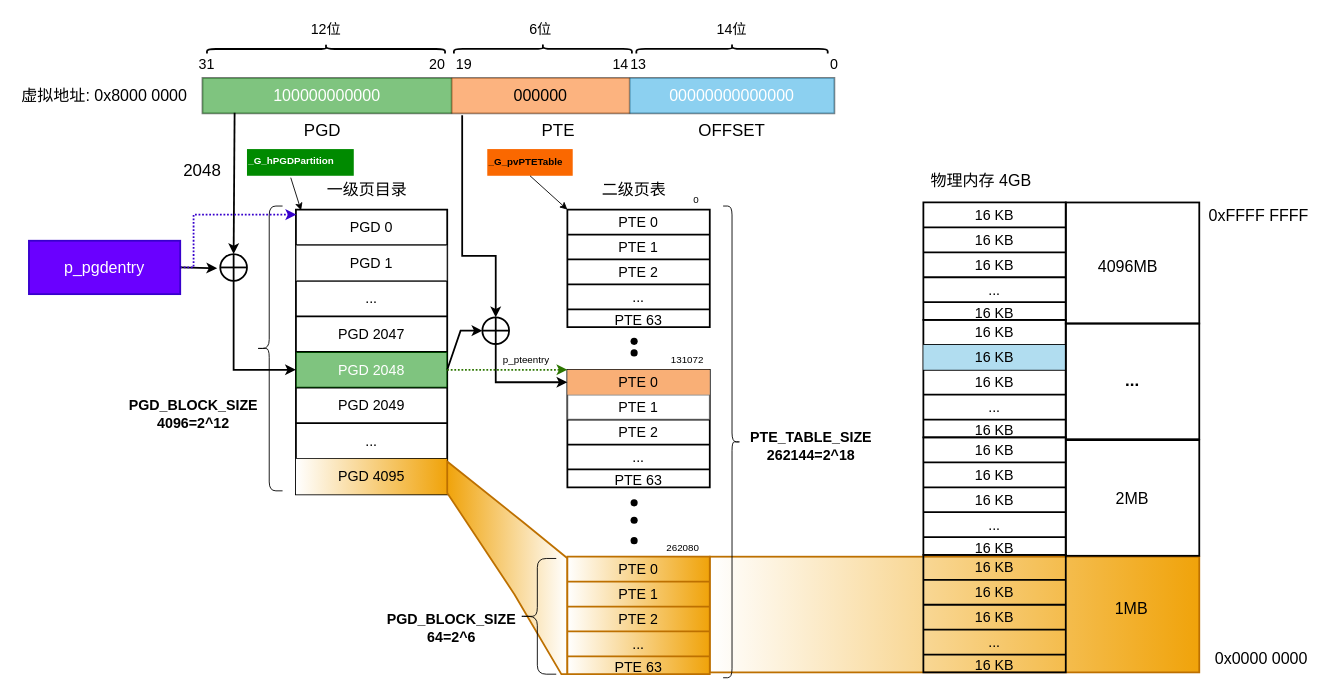
Earlier version of the draw.io diagram page "mips32MmuPgdOffset" (20 of 21) of draw/mips中断亲和度.drawio (peng-fan/drawio). Source tidied: cells renumbered, new cells numbered last; positions are measured from the earlier drawing's top-left corner, leaving out a move shared by most shapes. Both pictures are drawn from the tidied source at 89%, with x=0, y=0 at pixel (15, -70).
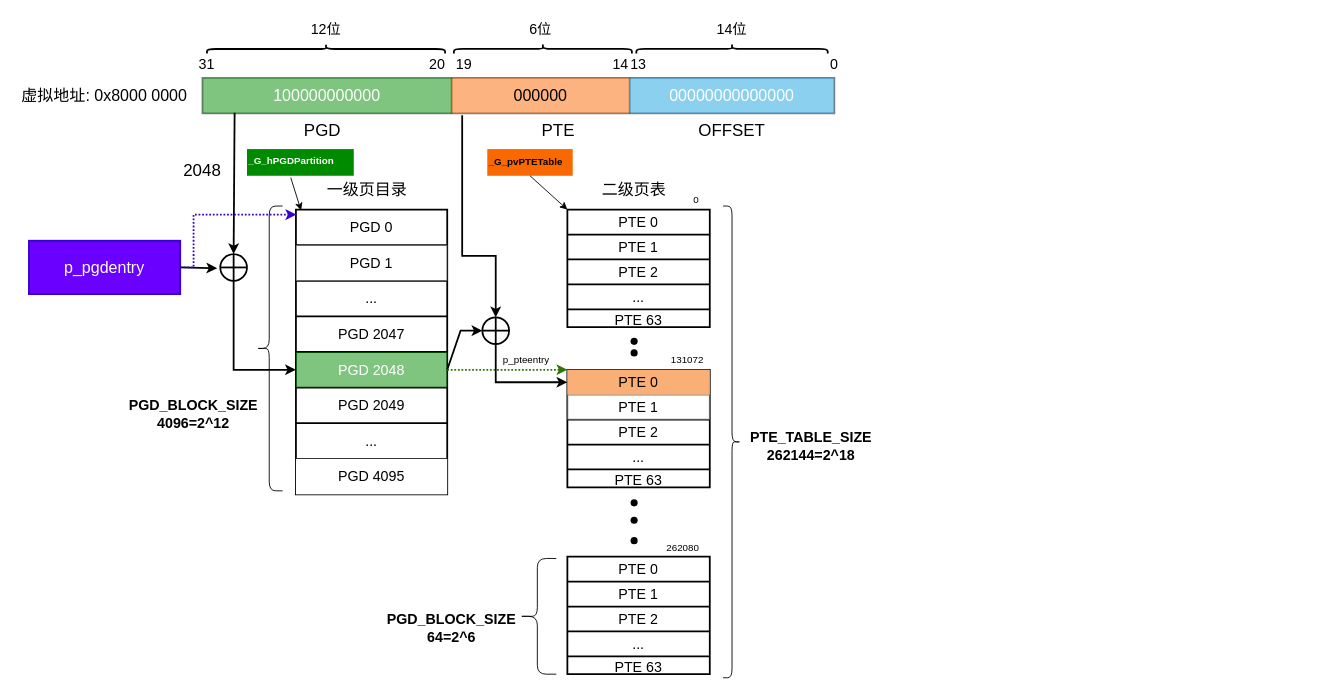
The same page after the edit.

Unchanged cells that the change refers to:
```xml
<mxCell id="37" style="shape=partialRectangle;fillColor=none;top=0;left=0;bottom=0;right=0;fontSize=16;strokeColor=default;strokeWidth=2;align=center;" parent="22" vertex="1">
  <mxGeometry y="280" width="170" height="40" as="geometry" />
</mxCell>
```

What changed in the source:
```diff
@@
-    <mxCell id="38" value="&lt;span&gt;PGD 4095&lt;/span&gt;" style="shape=partialRectangle;html=1;whiteSpace=wrap;overflow=hidden;top=0;left=0;bottom=0;right=0;fontSize=16;strokeWidth=2;align=center;gradientDirection=west;fillColor=#f0a30a;fontColor=#000000;strokeColor=#BD7000;gradientColor=#ffffff;" parent="37" vertex="1">
+    <mxCell id="38" value="&lt;span&gt;PGD 4095&lt;/span&gt;" style="shape=partialRectangle;html=1;whiteSpace=wrap;overflow=hidden;top=0;left=0;bottom=0;right=0;fontSize=16;strokeWidth=2;align=center;gradientDirection=west;" parent="37" vertex="1">
       <mxGeometry width="170" height="40" as="geometry" />
     </mxCell>
@@
-    <mxCell id="50" style="rounded=0;whiteSpace=wrap;html=1;fontSize=18;strokeColor=default;strokeWidth=2;fillColor=none;gradientColor=#ffffff;gradientDirection=west;align=center;" parent="1" vertex="1">
-      <mxGeometry x="1180" y="306" width="150" height="136" as="geometry" />
-    </mxCell>
-    <mxCell id="51" style="verticalLabelPosition=bottom;verticalAlign=top;html=1;shape=mxgraph.basic.polygon;polyCoords=[[0,0.12],[0.63,0.37],[1,0.52],[1,1],[0.95,1],[0.56,0.67],[0.56,0.67],[0,0.25]];polyline=0;fontSize=18;strokeColor=#BD7000;strokeWidth=2;fillColor=#f0a30a;gradientDirection=east;fontColor=#000000;gradientColor=#ffffff;" parent="1" vertex="1">
-      <mxGeometry x="485" y="564.5" width="135" height="271.5" as="geometry" />
-    </mxCell>
-    <mxCell id="52" style="rounded=0;whiteSpace=wrap;html=1;fontSize=18;strokeColor=#BD7000;strokeWidth=2;fillColor=#f0a30a;align=center;fontColor=#000000;gradientColor=#ffffff;gradientDirection=west;" parent="1" vertex="1">
-      <mxGeometry x="780" y="704" width="550" height="130" as="geometry" />
-    </mxCell>
@@
-    <mxCell id="76" style="shape=table;startSize=0;childLayout=tableLayout;fontSize=16;strokeColor=#BD7000;strokeWidth=2;fillColor=#f0a30a;align=center;fontColor=#000000;gradientColor=#ffffff;gradientDirection=west;" parent="1" vertex="1">
+    <mxCell id="76" style="shape=table;startSize=0;childLayout=tableLayout;fontSize=16;strokeWidth=2;align=center;gradientDirection=west;" parent="1" vertex="1">
       <mxGeometry x="620" y="704" width="160" height="132" as="geometry" />
     </mxCell>
@@
-    <mxCell id="98" value="&lt;span style=&quot;font-size: 18px&quot;&gt;物理内存 4GB&lt;/span&gt;" style="text;html=1;strokeColor=none;fillColor=none;align=center;verticalAlign=middle;whiteSpace=wrap;rounded=0;fontSize=20;opacity=50;" parent="1" vertex="1">
-      <mxGeometry x="1010" y="266" width="150" height="30" as="geometry" />
-    </mxCell>
-    <mxCell id="99" value="&lt;font style=&quot;font-size: 18px&quot;&gt;0x0000 0000&lt;/font&gt;" style="text;html=1;strokeColor=none;fillColor=none;align=center;verticalAlign=middle;whiteSpace=wrap;rounded=0;fontSize=16;opacity=50;" parent="1" vertex="1">
-      <mxGeometry x="1340" y="804" width="120" height="30" as="geometry" />
-    </mxCell>
-    <mxCell id="100" style="shape=table;startSize=0;childLayout=tableLayout;fontSize=16;strokeColor=default;strokeWidth=2;fillColor=none;gradientColor=none;align=center;" parent="1" vertex="1">
-      <mxGeometry x="1020" y="702" width="160" height="132" as="geometry" />
-    </mxCell>
-    <mxCell id="101" style="shape=partialRectangle;fillColor=none;top=0;left=0;bottom=0;right=0;fontSize=16;strokeColor=default;strokeWidth=2;align=center;" parent="100" vertex="1">
-      <mxGeometry width="160" height="28" as="geometry" />
-    </mxCell>
-    <mxCell id="102" value="16 KB" style="shape=partialRectangle;html=1;whiteSpace=wrap;overflow=hidden;fillColor=none;top=0;left=0;bottom=0;right=0;fontSize=16;strokeColor=default;strokeWidth=2;align=center;" parent="101" vertex="1">
-      <mxGeometry width="160" height="28" as="geometry" />
-    </mxCell>
-    <mxCell id="103" style="shape=partialRectangle;fillColor=none;top=0;left=0;bottom=0;right=0;fontSize=16;strokeColor=default;strokeWidth=2;align=center;" parent="100" vertex="1">
-      <mxGeometry y="28" width="160" height="28" as="geometry" />
-    </mxCell>
-    <mxCell id="104" value="16 KB" style="shape=partialRectangle;html=1;whiteSpace=wrap;overflow=hidden;fillColor=none;top=0;left=0;bottom=0;right=0;fontSize=16;strokeColor=default;strokeWidth=2;align=center;" parent="103" vertex="1">
-      <mxGeometry width="160" height="28" as="geometry" />
-    </mxCell>
-    <mxCell id="105" style="shape=partialRectangle;fillColor=none;top=0;left=0;bottom=0;right=0;fontSize=16;strokeColor=default;strokeWidth=2;align=center;" parent="100" vertex="1">
-      <mxGeometry y="56" width="160" height="28" as="geometry" />
-    </mxCell>
-    <mxCell id="106" value="16 KB" style="shape=partialRectangle;html=1;whiteSpace=wrap;overflow=hidden;fillColor=none;top=0;left=0;bottom=0;right=0;fontSize=16;strokeColor=default;strokeWidth=2;align=center;" parent="105" vertex="1">
-      <mxGeometry width="160" height="28" as="geometry" />
-    </mxCell>
-    <mxCell id="107" style="shape=partialRectangle;fillColor=none;top=0;left=0;bottom=0;right=0;fontSize=16;strokeColor=default;strokeWidth=2;align=center;" parent="100" vertex="1">
-      <mxGeometry y="84" width="160" height="28" as="geometry" />
-    </mxCell>
-    <mxCell id="108" value="..." style="shape=partialRectangle;html=1;whiteSpace=wrap;overflow=hidden;fillColor=none;top=0;left=0;bottom=0;right=0;fontSize=16;strokeColor=default;strokeWidth=2;align=center;" parent="107" vertex="1">
-      <mxGeometry width="160" height="28" as="geometry" />
-    </mxCell>
-    <mxCell id="109" style="shape=partialRectangle;fillColor=none;top=0;left=0;bottom=0;right=0;fontSize=16;strokeColor=default;strokeWidth=2;align=center;" parent="100" vertex="1">
-      <mxGeometry y="112" width="160" height="20" as="geometry" />
-    </mxCell>
-    <mxCell id="110" value="&lt;span&gt;16 KB&lt;/span&gt;" style="shape=partialRectangle;html=1;whiteSpace=wrap;overflow=hidden;fillColor=none;top=0;left=0;bottom=0;right=0;fontSize=16;strokeColor=default;strokeWidth=2;align=center;" parent="109" vertex="1">
-      <mxGeometry width="160" height="20" as="geometry" />
-    </mxCell>
-    <mxCell id="111" style="shape=table;startSize=0;childLayout=tableLayout;fontSize=16;strokeColor=default;strokeWidth=2;fillColor=none;gradientColor=none;align=center;" parent="1" vertex="1">
-      <mxGeometry x="1020" y="438" width="160" height="132" as="geometry" />
-    </mxCell>
-    <mxCell id="112" style="shape=partialRectangle;fillColor=none;top=0;left=0;bottom=0;right=0;fontSize=16;strokeColor=default;strokeWidth=2;align=center;" parent="111" vertex="1">
-      <mxGeometry width="160" height="28" as="geometry" />
-    </mxCell>
-    <mxCell id="113" value="16 KB" style="shape=partialRectangle;html=1;whiteSpace=wrap;overflow=hidden;fillColor=none;top=0;left=0;bottom=0;right=0;fontSize=16;strokeColor=default;strokeWidth=2;align=center;" parent="112" vertex="1">
-      <mxGeometry width="160" height="28" as="geometry" />
-    </mxCell>
-    <mxCell id="114" style="shape=partialRectangle;fillColor=none;top=0;left=0;bottom=0;right=0;fontSize=16;strokeColor=default;strokeWidth=2;align=center;" parent="111" vertex="1">
-      <mxGeometry y="28" width="160" height="28" as="geometry" />
-    </mxCell>
-    <mxCell id="115" value="16 KB" style="shape=partialRectangle;html=1;whiteSpace=wrap;overflow=hidden;fillColor=#b1ddf0;top=0;left=0;bottom=0;right=0;fontSize=16;strokeColor=#10739e;strokeWidth=2;align=center;" parent="114" vertex="1">
-      <mxGeometry width="160" height="28" as="geometry" />
-    </mxCell>
-    <mxCell id="116" style="shape=partialRectangle;fillColor=none;top=0;left=0;bottom=0;right=0;fontSize=16;strokeColor=default;strokeWidth=2;align=center;" parent="111" vertex="1">
-      <mxGeometry y="56" width="160" height="28" as="geometry" />
-    </mxCell>
-    <mxCell id="117" value="16 KB" style="shape=partialRectangle;html=1;whiteSpace=wrap;overflow=hidden;fillColor=none;top=0;left=0;bottom=0;right=0;fontSize=16;strokeColor=default;strokeWidth=2;align=center;" parent="116" vertex="1">
-      <mxGeometry width="160" height="28" as="geometry" />
-    </mxCell>
-    <mxCell id="118" style="shape=partialRectangle;fillColor=none;top=0;left=0;bottom=0;right=0;fontSize=16;strokeColor=default;strokeWidth=2;align=center;" parent="111" vertex="1">
-      <mxGeometry y="84" width="160" height="28" as="geometry" />
-    </mxCell>
-    <mxCell id="119" value="..." style="shape=partialRectangle;html=1;whiteSpace=wrap;overflow=hidden;fillColor=none;top=0;left=0;bottom=0;right=0;fontSize=16;strokeColor=default;strokeWidth=2;align=center;" parent="118" vertex="1">
-      <mxGeometry width="160" height="28" as="geometry" />
-    </mxCell>
-    <mxCell id="120" style="shape=partialRectangle;fillColor=none;top=0;left=0;bottom=0;right=0;fontSize=16;strokeColor=default;strokeWidth=2;align=center;" parent="111" vertex="1">
-      <mxGeometry y="112" width="160" height="20" as="geometry" />
-    </mxCell>
-    <mxCell id="121" value="&lt;span&gt;16 KB&lt;/span&gt;" style="shape=partialRectangle;html=1;whiteSpace=wrap;overflow=hidden;fillColor=none;top=0;left=0;bottom=0;right=0;fontSize=16;strokeColor=default;strokeWidth=2;align=center;" parent="120" vertex="1">
-      <mxGeometry width="160" height="20" as="geometry" />
-    </mxCell>
-    <mxCell id="122" style="shape=table;startSize=0;childLayout=tableLayout;fontSize=16;strokeColor=default;strokeWidth=2;fillColor=none;gradientColor=none;align=center;" parent="1" vertex="1">
-      <mxGeometry x="1020" y="570" width="160" height="132" as="geometry" />
-    </mxCell>
-    <mxCell id="123" style="shape=partialRectangle;fillColor=none;top=0;left=0;bottom=0;right=0;fontSize=16;strokeColor=default;strokeWidth=2;align=center;" parent="122" vertex="1">
-      <mxGeometry width="160" height="28" as="geometry" />
-    </mxCell>
-    <mxCell id="124" value="16 KB" style="shape=partialRectangle;html=1;whiteSpace=wrap;overflow=hidden;fillColor=none;top=0;left=0;bottom=0;right=0;fontSize=16;strokeColor=default;strokeWidth=2;align=center;" parent="123" vertex="1">
-      <mxGeometry width="160" height="28" as="geometry" />
-    </mxCell>
-    <mxCell id="125" style="shape=partialRectangle;fillColor=none;top=0;left=0;bottom=0;right=0;fontSize=16;strokeColor=default;strokeWidth=2;align=center;" parent="122" vertex="1">
-      <mxGeometry y="28" width="160" height="28" as="geometry" />
-    </mxCell>
-    <mxCell id="126" value="16 KB" style="shape=partialRectangle;html=1;whiteSpace=wrap;overflow=hidden;fillColor=none;top=0;left=0;bottom=0;right=0;fontSize=16;strokeColor=default;strokeWidth=2;align=center;" parent="125" vertex="1">
-      <mxGeometry width="160" height="28" as="geometry" />
-    </mxCell>
-    <mxCell id="127" style="shape=partialRectangle;fillColor=none;top=0;left=0;bottom=0;right=0;fontSize=16;strokeColor=default;strokeWidth=2;align=center;" parent="122" vertex="1">
-      <mxGeometry y="56" width="160" height="28" as="geometry" />
-    </mxCell>
-    <mxCell id="128" value="16 KB" style="shape=partialRectangle;html=1;whiteSpace=wrap;overflow=hidden;fillColor=none;top=0;left=0;bottom=0;right=0;fontSize=16;strokeColor=default;strokeWidth=2;align=center;" parent="127" vertex="1">
-      <mxGeometry width="160" height="28" as="geometry" />
-    </mxCell>
-    <mxCell id="129" style="shape=partialRectangle;fillColor=none;top=0;left=0;bottom=0;right=0;fontSize=16;strokeColor=default;strokeWidth=2;align=center;" parent="122" vertex="1">
-      <mxGeometry y="84" width="160" height="28" as="geometry" />
-    </mxCell>
-    <mxCell id="130" value="..." style="shape=partialRectangle;html=1;whiteSpace=wrap;overflow=hidden;fillColor=none;top=0;left=0;bottom=0;right=0;fontSize=16;strokeColor=default;strokeWidth=2;align=center;" parent="129" vertex="1">
-      <mxGeometry width="160" height="28" as="geometry" />
-    </mxCell>
-    <mxCell id="131" style="shape=partialRectangle;fillColor=none;top=0;left=0;bottom=0;right=0;fontSize=16;strokeColor=default;strokeWidth=2;align=center;" parent="122" vertex="1">
-      <mxGeometry y="112" width="160" height="20" as="geometry" />
-    </mxCell>
-    <mxCell id="132" value="&lt;span&gt;16 KB&lt;/span&gt;" style="shape=partialRectangle;html=1;whiteSpace=wrap;overflow=hidden;fillColor=none;top=0;left=0;bottom=0;right=0;fontSize=16;strokeColor=default;strokeWidth=2;align=center;" parent="131" vertex="1">
-      <mxGeometry width="160" height="20" as="geometry" />
-    </mxCell>
-    <mxCell id="133" style="shape=table;startSize=0;childLayout=tableLayout;fontSize=16;strokeColor=default;strokeWidth=2;fillColor=none;gradientColor=none;align=center;" parent="1" vertex="1">
-      <mxGeometry x="1020" y="306" width="160" height="132" as="geometry" />
-    </mxCell>
-    <mxCell id="134" style="shape=partialRectangle;fillColor=none;top=0;left=0;bottom=0;right=0;fontSize=16;strokeColor=default;strokeWidth=2;align=center;" parent="133" vertex="1">
-      <mxGeometry width="160" height="28" as="geometry" />
-    </mxCell>
-    <mxCell id="135" value="16 KB" style="shape=partialRectangle;html=1;whiteSpace=wrap;overflow=hidden;fillColor=none;top=0;left=0;bottom=0;right=0;fontSize=16;strokeColor=default;strokeWidth=2;align=center;" parent="134" vertex="1">
-      <mxGeometry width="160" height="28" as="geometry" />
-    </mxCell>
-    <mxCell id="136" style="shape=partialRectangle;fillColor=none;top=0;left=0;bottom=0;right=0;fontSize=16;strokeColor=default;strokeWidth=2;align=center;" parent="133" vertex="1">
-      <mxGeometry y="28" width="160" height="28" as="geometry" />
-    </mxCell>
-    <mxCell id="137" value="16 KB" style="shape=partialRectangle;html=1;whiteSpace=wrap;overflow=hidden;fillColor=none;top=0;left=0;bottom=0;right=0;fontSize=16;strokeColor=default;strokeWidth=2;align=center;" parent="136" vertex="1">
-      <mxGeometry width="160" height="28" as="geometry" />
-    </mxCell>
-    <mxCell id="138" style="shape=partialRectangle;fillColor=none;top=0;left=0;bottom=0;right=0;fontSize=16;strokeColor=default;strokeWidth=2;align=center;" parent="133" vertex="1">
-      <mxGeometry y="56" width="160" height="28" as="geometry" />
-    </mxCell>
-    <mxCell id="139" value="16 KB" style="shape=partialRectangle;html=1;whiteSpace=wrap;overflow=hidden;fillColor=none;top=0;left=0;bottom=0;right=0;fontSize=16;strokeColor=default;strokeWidth=2;align=center;" parent="138" vertex="1">
-      <mxGeometry width="160" height="28" as="geometry" />
-    </mxCell>
-    <mxCell id="140" style="shape=partialRectangle;fillColor=none;top=0;left=0;bottom=0;right=0;fontSize=16;strokeColor=default;strokeWidth=2;align=center;" parent="133" vertex="1">
-      <mxGeometry y="84" width="160" height="28" as="geometry" />
-    </mxCell>
-    <mxCell id="141" value="..." style="shape=partialRectangle;html=1;whiteSpace=wrap;overflow=hidden;fillColor=none;top=0;left=0;bottom=0;right=0;fontSize=16;strokeColor=default;strokeWidth=2;align=center;" parent="140" vertex="1">
-      <mxGeometry width="160" height="28" as="geometry" />
-    </mxCell>
-    <mxCell id="142" style="shape=partialRectangle;fillColor=none;top=0;left=0;bottom=0;right=0;fontSize=16;strokeColor=default;strokeWidth=2;align=center;" parent="133" vertex="1">
-      <mxGeometry y="112" width="160" height="20" as="geometry" />
-    </mxCell>
-    <mxCell id="143" value="&lt;span&gt;16 KB&lt;/span&gt;" style="shape=partialRectangle;html=1;whiteSpace=wrap;overflow=hidden;fillColor=none;top=0;left=0;bottom=0;right=0;fontSize=16;strokeColor=default;strokeWidth=2;align=center;" parent="142" vertex="1">
-      <mxGeometry width="160" height="20" as="geometry" />
-    </mxCell>
-    <mxCell id="144" value="1MB" style="text;html=1;strokeColor=none;fillColor=none;align=center;verticalAlign=middle;whiteSpace=wrap;rounded=0;fontSize=18;" parent="1" vertex="1">
-      <mxGeometry x="1224" y="748" width="60" height="30" as="geometry" />
-    </mxCell>
-    <mxCell id="145" style="rounded=0;whiteSpace=wrap;html=1;fontSize=18;strokeColor=default;strokeWidth=2;fillColor=none;gradientColor=#ffffff;gradientDirection=west;align=center;" parent="1" vertex="1">
-      <mxGeometry x="1180" y="573" width="150" height="130" as="geometry" />
-    </mxCell>
-    <mxCell id="146" value="&lt;b&gt;&lt;font style=&quot;font-size: 19px&quot;&gt;...&lt;/font&gt;&lt;/b&gt;" style="rounded=0;whiteSpace=wrap;html=1;fontSize=18;strokeColor=default;strokeWidth=2;fillColor=none;gradientColor=#ffffff;gradientDirection=west;align=center;" parent="1" vertex="1">
-      <mxGeometry x="1180" y="442" width="150" height="130" as="geometry" />
-    </mxCell>
-    <mxCell id="147" value="2MB" style="text;html=1;strokeColor=none;fillColor=none;align=center;verticalAlign=middle;whiteSpace=wrap;rounded=0;fontSize=18;" parent="1" vertex="1">
-      <mxGeometry x="1225" y="623.5" width="60" height="30" as="geometry" />
-    </mxCell>
-    <mxCell id="148" value="4096MB" style="text;html=1;strokeColor=none;fillColor=none;align=center;verticalAlign=middle;whiteSpace=wrap;rounded=0;fontSize=18;" parent="1" vertex="1">
-      <mxGeometry x="1220" y="364" width="60" height="30" as="geometry" />
-    </mxCell>
-    <mxCell id="149" value="&lt;font style=&quot;font-size: 18px&quot;&gt;0xFFFF FFFF&lt;/font&gt;" style="text;html=1;strokeColor=none;fillColor=none;align=center;verticalAlign=middle;whiteSpace=wrap;rounded=0;fontSize=16;opacity=50;" parent="1" vertex="1">
-      <mxGeometry x="1337" y="306" width="120" height="30" as="geometry" />
-    </mxCell>
```
